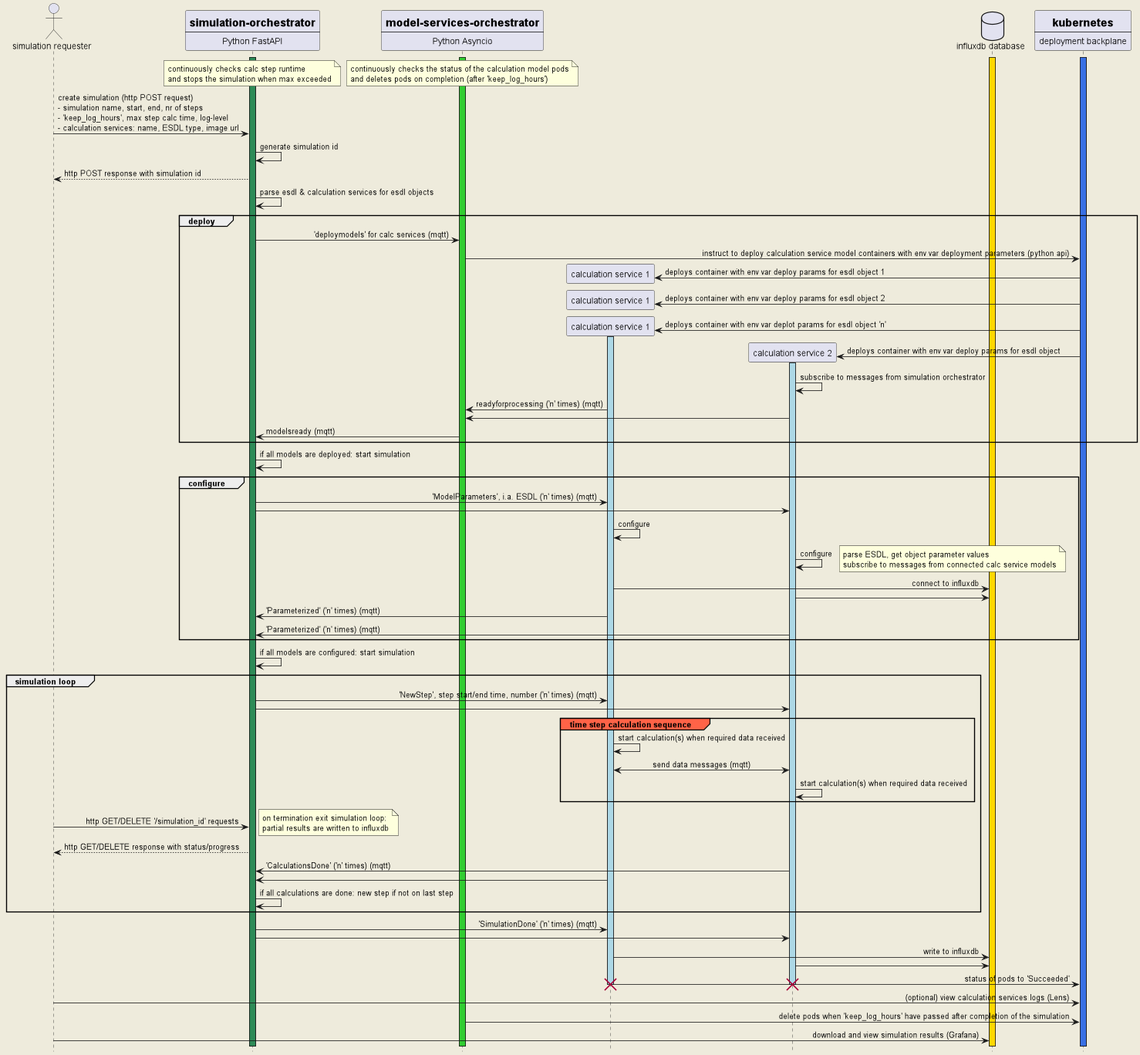
Earlier version of the PlantUML export docs/dots_go-e_sequence_diagram.png (dots-energy/dots-simulation-orchestrator).
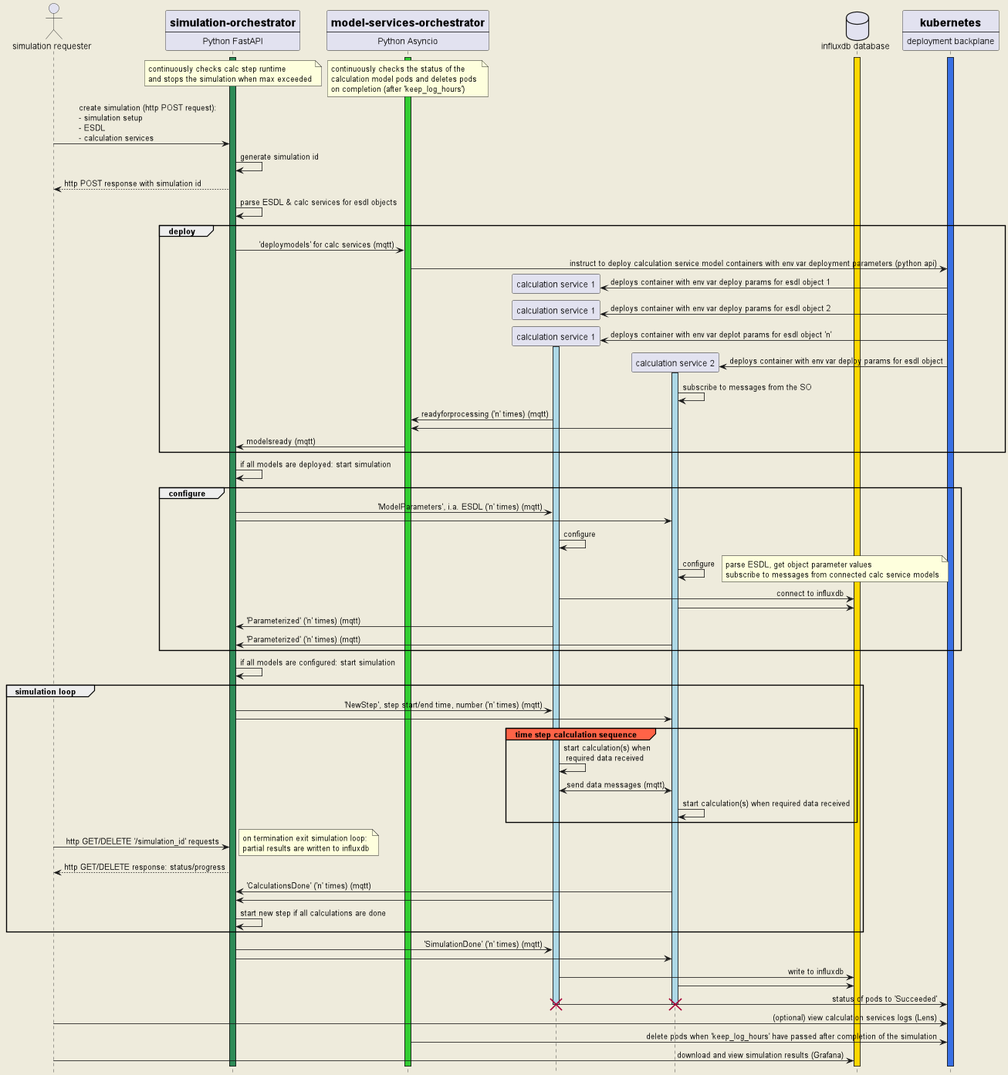
Above is the later version.

Commit message:
sequence diagram fix

The edit, as a diff of the source:
```diff
@@ -34,15 +34,16 @@
     and stops the simulation when max exceeded
 end note
 / note over mso
-    continuously checks the status of the calculation model pods
-    and deletes pods on completion (after 'keep_log_hours')
+    continuously checks the status of the
+    calculation model pods and deletes pods
+    on completion (after 'keep_log_hours')
 end note
 
-sim_req -> so : create simulation (http POST request) \n- simulation name, start, end, nr of steps \n- 'keep_log_hours', max step calc time, log-level \n- calculation services: name, ESDL type, image url
+sim_req -> so : create simulation (http POST request): \n- simulation setup\n- ESDL \n- calculation services
 
 so -> so : generate simulation id
 so --> sim_req : http POST response with simulation id
-so -> so : parse esdl & calculation services for esdl objects
+so -> so : parse ESDL & calc services for esdl objects
 
 group deploy
 so -> mso : 'deploymodels' for calc services (mqtt)
@@ -60,7 +61,7 @@
 deploy_plane -> model_2 : deploys container with env var deploy params for esdl object
 activate model_2 #lightblue
 
-model_2 -> model_2 : subscribe to messages from simulation orchestrator
+model_2 -> model_2 : subscribe to messages from the SO
 model_1 -> mso : readyforprocessing ('n' times) (mqtt)
 model_2 -> mso
 
@@ -95,7 +96,7 @@
 so -> model_2 :
 
 group#tomato time step calculation sequence
-model_1 -> model_1 : start calculation(s) when required data received
+model_1 -> model_1 : start calculation(s) when\n required data received
 model_1 <-> model_2 : send data messages (mqtt)
 model_2 -> model_2 : start calculation(s) when required data received
 end
@@ -105,12 +106,12 @@
        on termination exit simulation loop:
        partial results are written to influxdb
     end note
-so --> sim_req: http GET/DELETE response with status/progress
+so --> sim_req: http GET/DELETE response: status/progress
 
 model_2 -> so : 'CalculationsDone' ('n' times) (mqtt)
 model_1 -> so :
 
-so -> so : if all calculations are done: new step if not on last step
+so -> so : start new step if all calculations are done
 end
 
 so -> model_1 : 'SimulationDone' ('n' times) (mqtt)
```
